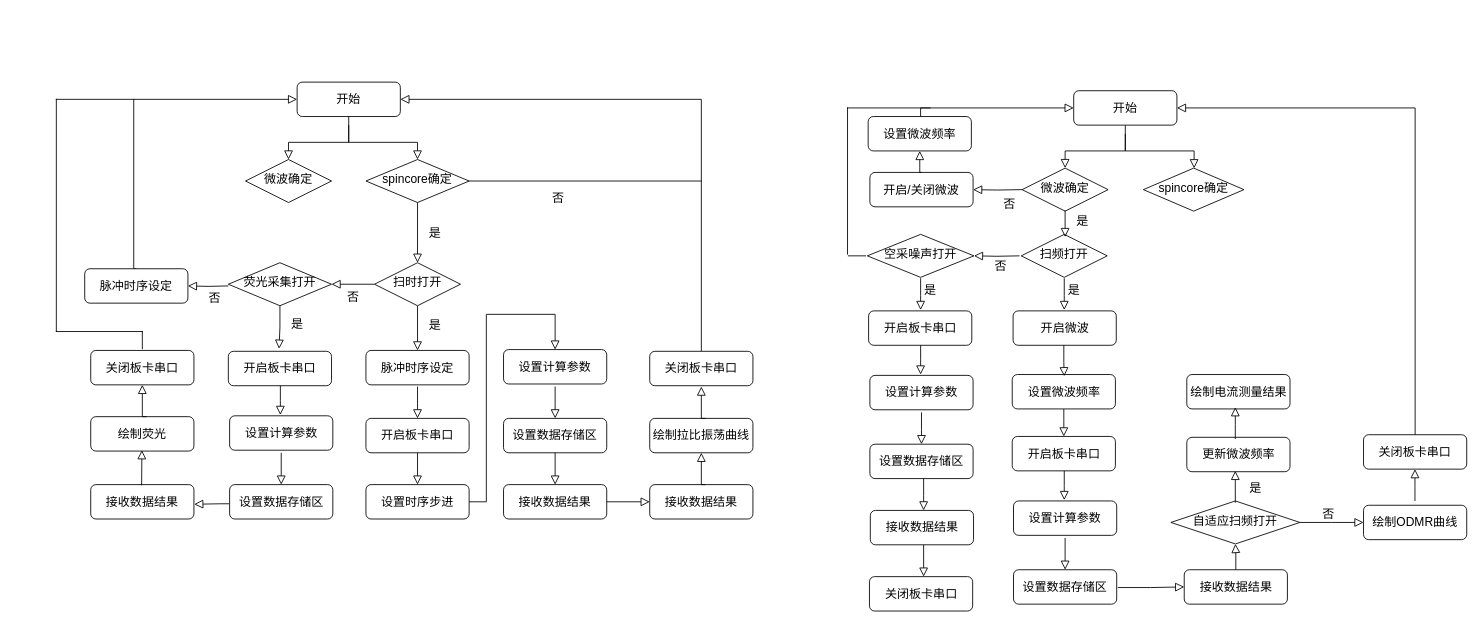
This is 扫时扫频.drawio from Engle-Yang/chatgpt-on-wec, a draw.io file, before an edit. Source tidied: cells renumbered, new cells numbered last; positions are measured from the earlier drawing's top-left corner, leaving out a move shared by most shapes. Both pictures are drawn from the tidied source at 86%, with x=0, y=0 at pixel (15, 15).
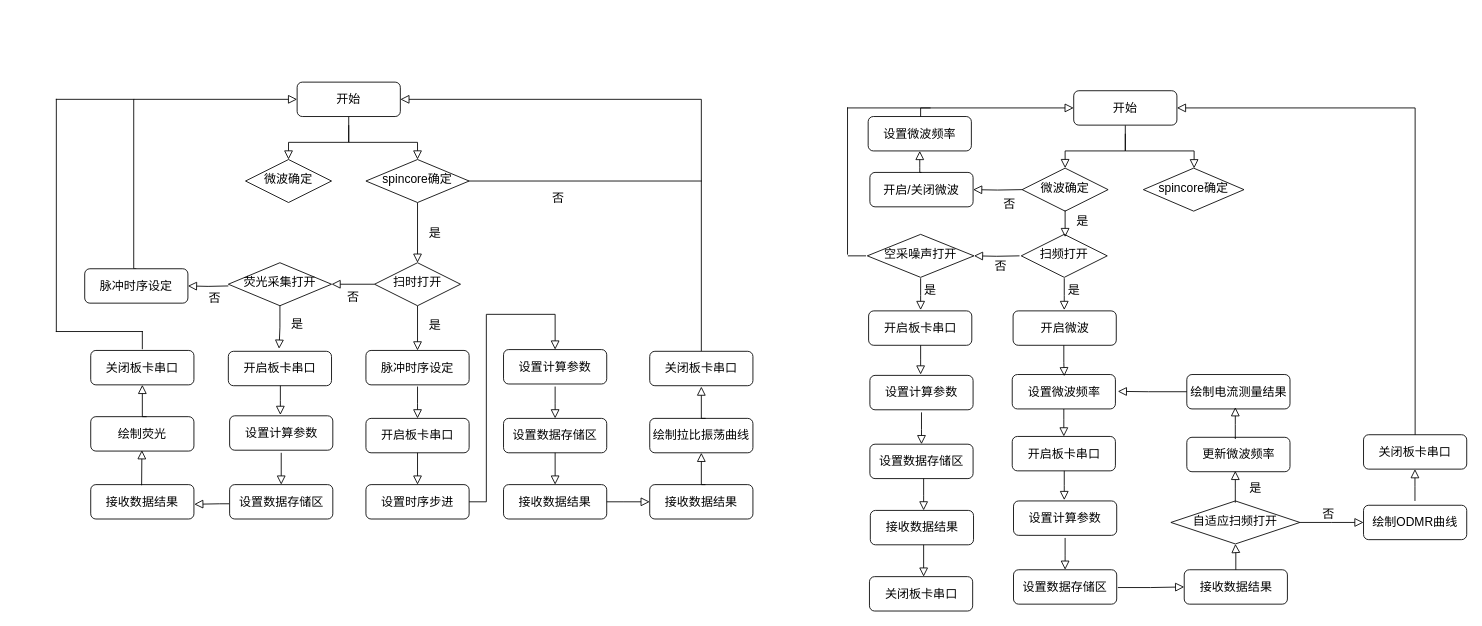
After the change.

Commit message:
更新扫时扫频.drawio

The change refers to these unchanged cells:
```xml
<mxCell id="63" value="设置微波频率" style="rounded=1;whiteSpace=wrap;html=1;fontSize=14;glass=0;strokeWidth=1;shadow=0;horizontal=1;" parent="1" vertex="1">
  <mxGeometry x="1159.5" y="418" width="120" height="40" as="geometry" />
</mxCell>
<mxCell id="67" value="绘制电流测量结果" style="rounded=1;whiteSpace=wrap;html=1;fontSize=14;glass=0;strokeWidth=1;shadow=0;horizontal=1;" parent="1" vertex="1">
  <mxGeometry x="1362.5" y="418" width="120" height="40" as="geometry" />
</mxCell>
```

What changed in the source:
```diff
@@
+    <mxCell id="103" style="rounded=0;html=1;jettySize=auto;fontSize=14;endArrow=block;endFill=0;endSize=8;strokeWidth=1;shadow=0;labelBackgroundColor=none;edgeStyle=orthogonalEdgeStyle;horizontal=1;entryX=1.023;entryY=0.49;entryDx=0;entryDy=0;entryPerimeter=0;exitX=0;exitY=0.5;exitDx=0;exitDy=0;" parent="1" edge="1" source="67" target="63">
+      <mxGeometry x="0.33" y="20" relative="1" as="geometry">
+        <Array as="points">
+          <mxPoint x="1318" y="438" />
+        </Array>
+      </mxGeometry>
+    </mxCell>
```
